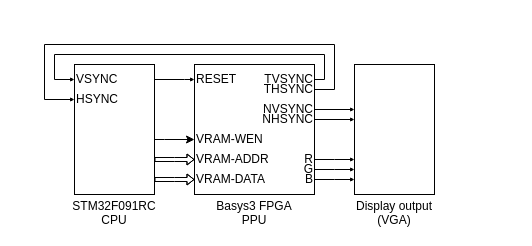
This is page "level-1" (1 of 3) of docs/ppu.drawio from lonkaars/avans-arcade, a draw.io file, before an edit. Source tidied: cells renumbered, new cells numbered last; positions are measured from the earlier drawing's top-left corner, leaving out a move shared by most shapes. Both pictures are drawn from the tidied source at 100%, with x=0, y=0 at pixel (44, 44).
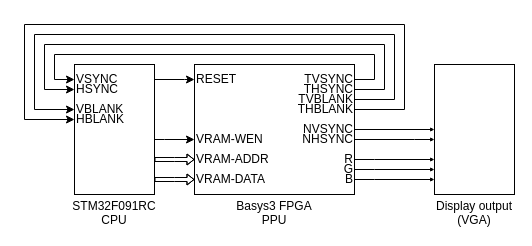
Above is the later version.

The change refers to these unchanged cells:
```xml
<mxCell id="6" value="STM32F091RC&lt;br&gt;CPU" style="rounded=0;whiteSpace=wrap;html=1;spacingLeft=-50;spacingRight=-50;spacing=0;labelPosition=center;verticalLabelPosition=bottom;align=center;verticalAlign=top;" parent="1" vertex="1">
  <mxGeometry x="30" y="20" width="80" height="130" as="geometry" />
</mxCell>
<mxCell id="14" value="RESET" style="text;html=1;strokeColor=none;fillColor=none;align=left;verticalAlign=middle;whiteSpace=wrap;rounded=0;spacing=0;spacingRight=-50;spacingLeft=2;" parent="1" vertex="1">
  <mxGeometry x="150" y="30" height="10" as="geometry" />
</mxCell>
<mxCell id="23" value="G" style="text;html=1;strokeColor=none;fillColor=none;align=right;verticalAlign=middle;whiteSpace=wrap;rounded=0;spacing=0;spacingRight=2;" parent="22" vertex="1">
  <mxGeometry y="10" height="10" as="geometry" />
</mxCell>
<mxCell id="24" value="B" style="text;html=1;strokeColor=none;fillColor=none;align=right;verticalAlign=middle;whiteSpace=wrap;rounded=0;spacing=0;spacingRight=2;" parent="22" vertex="1">
  <mxGeometry y="20" height="10" as="geometry" />
</mxCell>
<mxCell id="25" value="R" style="text;html=1;strokeColor=none;fillColor=none;align=right;verticalAlign=middle;whiteSpace=wrap;rounded=0;spacing=0;spacingRight=2;" parent="22" vertex="1">
  <mxGeometry height="10" as="geometry" />
</mxCell>
<mxCell id="27" value="NVSYNC" style="text;html=1;strokeColor=none;fillColor=none;align=right;verticalAlign=middle;whiteSpace=wrap;rounded=0;spacing=0;spacingRight=2;" parent="26" vertex="1">
  <mxGeometry height="10" as="geometry" />
</mxCell>
<mxCell id="28" value="NHSYNC" style="text;html=1;strokeColor=none;fillColor=none;align=right;verticalAlign=middle;whiteSpace=wrap;rounded=0;spacing=0;spacingRight=2;" parent="26" vertex="1">
  <mxGeometry y="10" height="10" as="geometry" />
</mxCell>
<mxCell id="30" value="TVSYNC" style="text;html=1;strokeColor=none;fillColor=none;align=right;verticalAlign=middle;whiteSpace=wrap;rounded=0;spacing=0;spacingRight=2;" parent="29" vertex="1">
  <mxGeometry height="10" as="geometry" />
</mxCell>
<mxCell id="31" value="THSYNC" style="text;html=1;strokeColor=none;fillColor=none;align=right;verticalAlign=middle;whiteSpace=wrap;rounded=0;spacing=0;spacingRight=2;" parent="29" vertex="1">
  <mxGeometry y="10" height="10" as="geometry" />
</mxCell>
```

Change to the diagram source:
```diff
@@
     <mxCell id="2" value="Basys3 FPGA&lt;br&gt;PPU" style="rounded=0;whiteSpace=wrap;html=1;spacingLeft=-50;spacingRight=-50;spacing=0;labelPosition=center;verticalLabelPosition=bottom;align=center;verticalAlign=top;" parent="1" vertex="1">
-      <mxGeometry x="150" y="20" width="120" height="130" as="geometry" />
+      <mxGeometry x="150" y="20" width="160" height="130" as="geometry" />
     </mxCell>
     <mxCell id="3" value="Display output&lt;br&gt;(VGA)" style="rounded=0;whiteSpace=wrap;html=1;spacingLeft=-50;spacingRight=-50;spacing=0;labelPosition=center;verticalLabelPosition=bottom;align=center;verticalAlign=top;" parent="1" vertex="1">
-      <mxGeometry x="310" y="20" width="80" height="130" as="geometry" />
+      <mxGeometry x="390" y="20" width="80" height="130" as="geometry" />
     </mxCell>
-    <mxCell id="4" style="edgeStyle=orthogonalEdgeStyle;rounded=0;jettySize=auto;html=1;endSize=2;" parent="1" edge="1" source="6" target="14">
+    <mxCell id="4" style="edgeStyle=orthogonalEdgeStyle;rounded=0;jettySize=auto;html=1;endSize=6;strokeWidth=1;" parent="1" edge="1" source="6" target="14">
       <mxGeometry relative="1" as="geometry">
         <Array as="points">
           <mxPoint x="140" y="35" />
           <mxPoint x="140" y="35" />
         </Array>
       </mxGeometry>
     </mxCell>
@@
-    <mxCell id="8" value="VSYNC" style="text;html=1;strokeColor=none;fillColor=none;align=left;verticalAlign=middle;whiteSpace=wrap;rounded=0;spacing=0;spacingRight=0;spacingLeft=2;" parent="1" vertex="1">
-      <mxGeometry x="30" y="30" height="10" as="geometry" />
-    </mxCell>
-    <mxCell id="9" value="HSYNC" style="text;html=1;strokeColor=none;fillColor=none;align=left;verticalAlign=middle;whiteSpace=wrap;rounded=0;spacing=0;spacingRight=0;spacingLeft=2;" parent="1" vertex="1">
-      <mxGeometry x="30" y="50" height="10" as="geometry" />
-    </mxCell>
-    <mxCell id="10" style="edgeStyle=orthogonalEdgeStyle;rounded=0;jettySize=auto;html=1;endSize=2;exitX=0;exitY=0;exitDx=0;exitDy=0;" parent="1" edge="1" source="27" target="3">
-      <mxGeometry relative="1" as="geometry">
-        <Array as="points">
-          <mxPoint x="310" y="65" />
-          <mxPoint x="310" y="65" />
-        </Array>
-      </mxGeometry>
+    <mxCell id="10" style="edgeStyle=orthogonalEdgeStyle;rounded=0;jettySize=auto;html=1;endSize=2;" parent="1" edge="1" source="27" target="3">
+      <mxGeometry relative="1" as="geometry" />
     </mxCell>
-    <mxCell id="11" style="edgeStyle=orthogonalEdgeStyle;rounded=0;jettySize=auto;html=1;entryX=0;entryY=0.5;entryDx=0;entryDy=0;endSize=2;exitX=0;exitY=0;exitDx=0;exitDy=0;" parent="1" edge="1" source="30" target="8">
+    <mxCell id="11" style="edgeStyle=orthogonalEdgeStyle;rounded=0;jettySize=auto;html=1;entryX=0;entryY=0.5;entryDx=0;entryDy=0;endSize=6;exitX=0;exitY=0;exitDx=0;exitDy=0;strokeWidth=1;" parent="1" edge="1" source="30" target="8">
       <mxGeometry relative="1" as="geometry">
         <Array as="points">
-          <mxPoint x="280" y="35" />
-          <mxPoint x="280" y="10" />
+          <mxPoint x="330" y="35" />
+          <mxPoint x="330" y="10" />
           <mxPoint x="10" y="10" />
           <mxPoint x="10" y="35" />
         </Array>
       </mxGeometry>
     </mxCell>
-    <mxCell id="12" style="edgeStyle=orthogonalEdgeStyle;rounded=0;jettySize=auto;html=1;endSize=2;exitX=0;exitY=0;exitDx=0;exitDy=0;" parent="1" edge="1" source="28" target="3">
+    <mxCell id="12" style="edgeStyle=orthogonalEdgeStyle;rounded=0;jettySize=auto;html=1;endSize=2;" parent="1" edge="1" source="28" target="3">
       <mxGeometry relative="1" as="geometry">
         <Array as="points">
-          <mxPoint x="320" y="75" />
-          <mxPoint x="320" y="75" />
+          <mxPoint x="370" y="95" />
+          <mxPoint x="370" y="95" />
         </Array>
       </mxGeometry>
     </mxCell>
-    <mxCell id="13" style="edgeStyle=orthogonalEdgeStyle;rounded=0;jettySize=auto;html=1;entryX=0;entryY=0.5;entryDx=0;entryDy=0;endSize=2;exitX=0;exitY=0;exitDx=0;exitDy=0;" parent="1" edge="1" source="31" target="9">
+    <mxCell id="13" style="edgeStyle=orthogonalEdgeStyle;rounded=0;jettySize=auto;html=1;entryX=0;entryY=0.5;entryDx=0;entryDy=0;endSize=6;exitX=0;exitY=0;exitDx=0;exitDy=0;strokeWidth=1;" parent="1" edge="1" source="31" target="9">
       <mxGeometry relative="1" as="geometry">
         <Array as="points">
-          <mxPoint x="290" y="45" />
-          <mxPoint x="290" />
+          <mxPoint x="340" y="45" />
+          <mxPoint x="340" />
           <mxPoint />
-          <mxPoint y="55" />
+          <mxPoint y="45" />
         </Array>
       </mxGeometry>
     </mxCell>
@@
     <mxCell id="15" style="edgeStyle=orthogonalEdgeStyle;rounded=0;jettySize=auto;html=1;endSize=2;" parent="1" edge="1" source="23" target="3">
       <mxGeometry relative="1" as="geometry">
         <Array as="points">
-          <mxPoint x="290" y="125" />
-          <mxPoint x="290" y="125" />
+          <mxPoint x="330" y="125" />
+          <mxPoint x="330" y="125" />
         </Array>
       </mxGeometry>
     </mxCell>
@@
     <mxCell id="17" style="edgeStyle=orthogonalEdgeStyle;rounded=0;jettySize=auto;html=1;endSize=2;" parent="1" edge="1" source="24" target="3">
       <mxGeometry relative="1" as="geometry">
         <Array as="points">
-          <mxPoint x="290" y="135" />
-          <mxPoint x="290" y="135" />
+          <mxPoint x="330" y="135" />
+          <mxPoint x="330" y="135" />
         </Array>
       </mxGeometry>
     </mxCell>
@@
     <mxCell id="19" style="edgeStyle=orthogonalEdgeStyle;rounded=0;jettySize=auto;html=1;endSize=2;" parent="1" edge="1" source="25" target="3">
       <mxGeometry relative="1" as="geometry">
         <Array as="points">
-          <mxPoint x="290" y="115" />
-          <mxPoint x="290" y="115" />
+          <mxPoint x="330" y="115" />
+          <mxPoint x="330" y="115" />
         </Array>
       </mxGeometry>
     </mxCell>
@@
     <mxCell id="22" style="group;" parent="1" vertex="1">
-      <mxGeometry x="270" y="110" height="30" as="geometry" />
+      <mxGeometry x="310" y="110" height="30" as="geometry" />
     </mxCell>
@@
     <mxCell id="26" style="group;" parent="1" vertex="1">
-      <mxGeometry x="270" y="60" height="20" as="geometry" />
+      <mxGeometry x="310" y="80" height="20" as="geometry" />
     </mxCell>
@@
     <mxCell id="29" style="group;" parent="1" vertex="1">
-      <mxGeometry x="270" y="30" height="20" as="geometry" />
+      <mxGeometry x="310" y="30" height="20" as="geometry" />
     </mxCell>
@@
+    <mxCell id="32" style="group;" parent="1" vertex="1">
+      <mxGeometry x="310" y="50" height="20" as="geometry" />
+    </mxCell>
+    <mxCell id="33" value="TVBLANK" style="text;html=1;strokeColor=none;fillColor=none;align=right;verticalAlign=middle;whiteSpace=wrap;rounded=0;spacing=0;spacingRight=2;" parent="32" vertex="1">
+      <mxGeometry height="10" as="geometry" />
+    </mxCell>
+    <mxCell id="34" value="THBLANK" style="text;html=1;strokeColor=none;fillColor=none;align=right;verticalAlign=middle;whiteSpace=wrap;rounded=0;spacing=0;spacingRight=2;" parent="32" vertex="1">
+      <mxGeometry y="10" height="10" as="geometry" />
+    </mxCell>
+    <mxCell id="35" value="HBLANK" style="text;html=1;strokeColor=none;fillColor=none;align=left;verticalAlign=middle;whiteSpace=wrap;rounded=0;spacing=0;spacingRight=0;spacingLeft=2;" parent="1" vertex="1">
+      <mxGeometry x="30" y="70" height="10" as="geometry" />
+    </mxCell>
+    <mxCell id="36" value="VBLANK" style="text;html=1;strokeColor=none;fillColor=none;align=left;verticalAlign=middle;whiteSpace=wrap;rounded=0;spacing=0;spacingRight=0;spacingLeft=2;" parent="1" vertex="1">
+      <mxGeometry x="30" y="60" height="10" as="geometry" />
+    </mxCell>
+    <mxCell id="37" style="group;" parent="1" vertex="1">
+      <mxGeometry x="30" y="30" height="20" as="geometry" />
+    </mxCell>
+    <mxCell id="8" value="VSYNC" style="text;html=1;strokeColor=none;fillColor=none;align=left;verticalAlign=middle;whiteSpace=wrap;rounded=0;spacing=0;spacingRight=0;spacingLeft=2;" parent="37" vertex="1">
+      <mxGeometry height="10" as="geometry" />
+    </mxCell>
+    <mxCell id="9" value="HSYNC" style="text;html=1;strokeColor=none;fillColor=none;align=left;verticalAlign=middle;whiteSpace=wrap;rounded=0;spacing=0;spacingRight=0;spacingLeft=2;" parent="37" vertex="1">
+      <mxGeometry y="10" height="10" as="geometry" />
+    </mxCell>
+    <mxCell id="38" style="edgeStyle=orthogonalEdgeStyle;rounded=0;jettySize=auto;html=1;entryX=0;entryY=0.5;entryDx=0;entryDy=0;" parent="1" edge="1" source="33" target="36">
+      <mxGeometry relative="1" as="geometry">
+        <Array as="points">
+          <mxPoint x="350" y="55" />
+          <mxPoint x="350" y="-10" />
+          <mxPoint x="-10" y="-10" />
+          <mxPoint x="-10" y="65" />
+        </Array>
+      </mxGeometry>
+    </mxCell>
+    <mxCell id="39" style="edgeStyle=orthogonalEdgeStyle;rounded=0;jettySize=auto;html=1;entryX=0;entryY=0.5;entryDx=0;entryDy=0;strokeWidth=1;endSize=6;" parent="1" edge="1" source="34" target="35">
+      <mxGeometry relative="1" as="geometry">
+        <Array as="points">
+          <mxPoint x="360" y="65" />
+          <mxPoint x="360" y="-20" />
+          <mxPoint x="-20" y="-20" />
+          <mxPoint x="-20" y="75" />
+        </Array>
+      </mxGeometry>
+    </mxCell>
```
